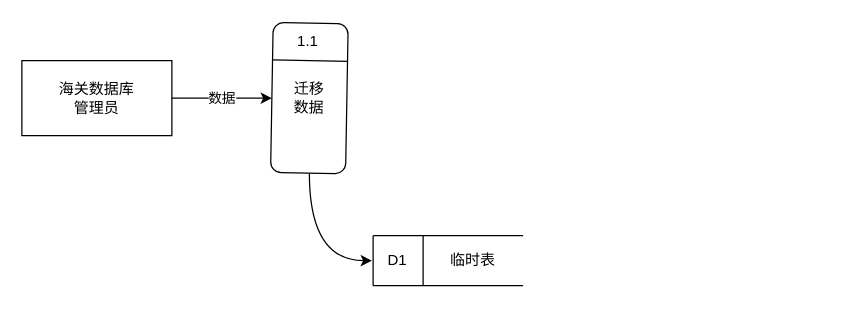
This is 海关项目图表.drawio from zjtone/RL-Note, a draw.io file, before an edit. Source tidied: cells renumbered, new cells numbered last; positions are measured from the earlier drawing's top-left corner, leaving out a move shared by most shapes. Both pictures are drawn from the tidied source at 125%, with x=0, y=0 at pixel (21, 22).
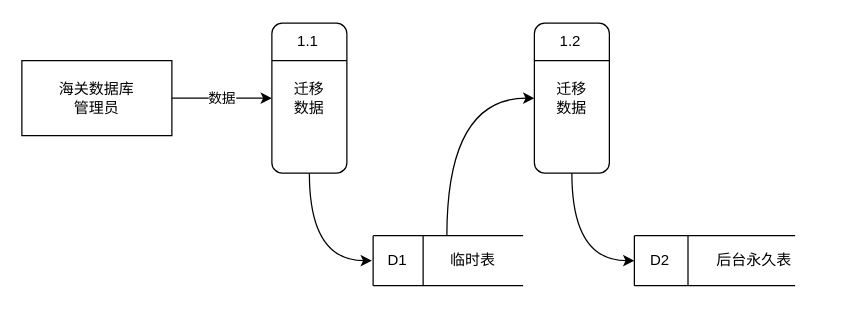
Above is the later version.

Commit message (it also covers changes not shown here):
更新海关项目图表.drawio

Change to the diagram source:
```diff
@@
-    <mxCell id="5" value="迁移&lt;br&gt;数据" style="rounded=1;whiteSpace=wrap;html=1;rotation=1;arcSize=14;" parent="1" vertex="1">
+    <mxCell id="5" value="迁移&lt;br&gt;数据" style="rounded=1;whiteSpace=wrap;html=1;rotation=0;arcSize=14;" parent="1" vertex="1">
       <mxGeometry x="200" width="60" height="120" as="geometry" />
     </mxCell>
@@
+    <mxCell id="15" style="group;" parent="1" vertex="1">
+      <mxGeometry x="410" width="60" height="120" as="geometry" />
+    </mxCell>
+    <mxCell id="16" value="迁移&lt;br&gt;数据" style="rounded=1;whiteSpace=wrap;html=1;rotation=0;arcSize=14;" parent="15" vertex="1">
+      <mxGeometry width="60" height="120" as="geometry" />
+    </mxCell>
+    <mxCell id="17" style="endArrow=none;html=1;entryX=1;entryY=0.25;entryDx=0;entryDy=0;exitX=0;exitY=0.25;exitDx=0;exitDy=0;" parent="15" edge="1" source="16" target="16">
+      <mxGeometry relative="1" as="geometry" />
+    </mxCell>
+    <mxCell id="18" value="1.2" style="text;html=1;strokeColor=none;fillColor=none;align=center;verticalAlign=middle;whiteSpace=wrap;rounded=0;" parent="15" vertex="1">
+      <mxGeometry x="9" y="5" width="40" height="20" as="geometry" />
+    </mxCell>
+    <mxCell id="19" style="endArrow=classic;html=1;entryX=0;entryY=0.5;entryDx=0;entryDy=0;edgeStyle=orthogonalEdgeStyle;curved=1;" parent="1" edge="1" target="16">
+      <mxGeometry relative="1" as="geometry">
+        <mxPoint x="340" y="170" as="sourcePoint" />
+        <Array as="points">
+          <mxPoint x="340" y="60" />
+        </Array>
+      </mxGeometry>
+    </mxCell>
+    <mxCell id="20" style="group;" parent="1" vertex="1">
+      <mxGeometry x="490" y="170" width="150" height="40" as="geometry" />
+    </mxCell>
+    <mxCell id="21" style="endArrow=none;html=1;" parent="20" edge="1">
+      <mxGeometry relative="1" as="geometry">
+        <mxPoint as="sourcePoint" />
+        <mxPoint x="128.6" as="targetPoint" />
+      </mxGeometry>
+    </mxCell>
+    <mxCell id="22" style="endArrow=none;html=1;" parent="20" edge="1">
+      <mxGeometry relative="1" as="geometry">
+        <mxPoint y="40" as="sourcePoint" />
+        <mxPoint x="128.6" y="40" as="targetPoint" />
+      </mxGeometry>
+    </mxCell>
+    <mxCell id="23" style="endArrow=none;html=1;" parent="20" edge="1">
+      <mxGeometry relative="1" as="geometry">
+        <mxPoint y="40" as="sourcePoint" />
+        <mxPoint as="targetPoint" />
+      </mxGeometry>
+    </mxCell>
+    <mxCell id="24" style="endArrow=none;html=1;" parent="20" edge="1">
+      <mxGeometry relative="1" as="geometry">
+        <mxPoint x="42.9" y="40" as="sourcePoint" />
+        <mxPoint x="42.9" as="targetPoint" />
+      </mxGeometry>
+    </mxCell>
+    <mxCell id="25" value="后台永久表" style="text;html=1;align=left;verticalAlign=top;spacingTop=-4;" parent="20" vertex="1">
+      <mxGeometry x="64.3" y="10" width="80" height="20" as="geometry" />
+    </mxCell>
+    <mxCell id="26" value="D2" style="text;html=1;align=left;verticalAlign=top;spacingTop=-4;" parent="20" vertex="1">
+      <mxGeometry x="10.7" y="10" width="30" height="20" as="geometry" />
+    </mxCell>
+    <mxCell id="27" style="edgeStyle=orthogonalEdgeStyle;rounded=0;orthogonalLoop=1;jettySize=auto;html=1;curved=1;" parent="1" edge="1">
+      <mxGeometry relative="1" as="geometry">
+        <mxPoint x="440" y="120" as="sourcePoint" />
+        <mxPoint x="490" y="190" as="targetPoint" />
+        <Array as="points">
+          <mxPoint x="440" y="190" />
+        </Array>
+      </mxGeometry>
+    </mxCell>
```
